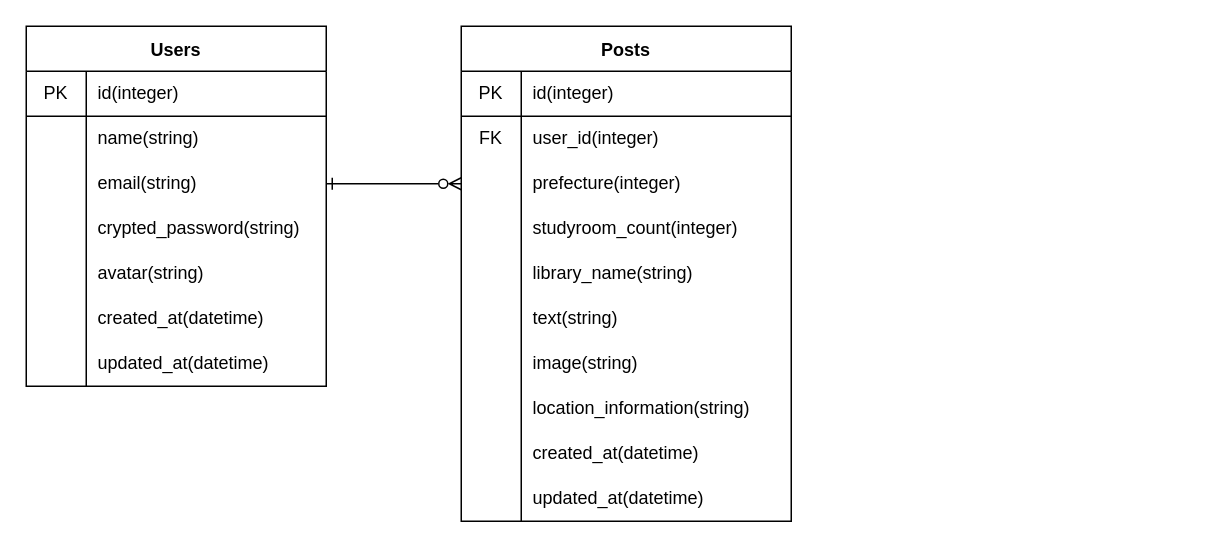
Earlier version of the draw.io diagram ER_diagram.dio (nanako45a/app_development3). Source tidied: cells renumbered, new cells numbered last; positions are measured from the earlier drawing's top-left corner, leaving out a move shared by most shapes. Both pictures are drawn from the tidied source at 150%, with x=0, y=0 at pixel (26, 26).
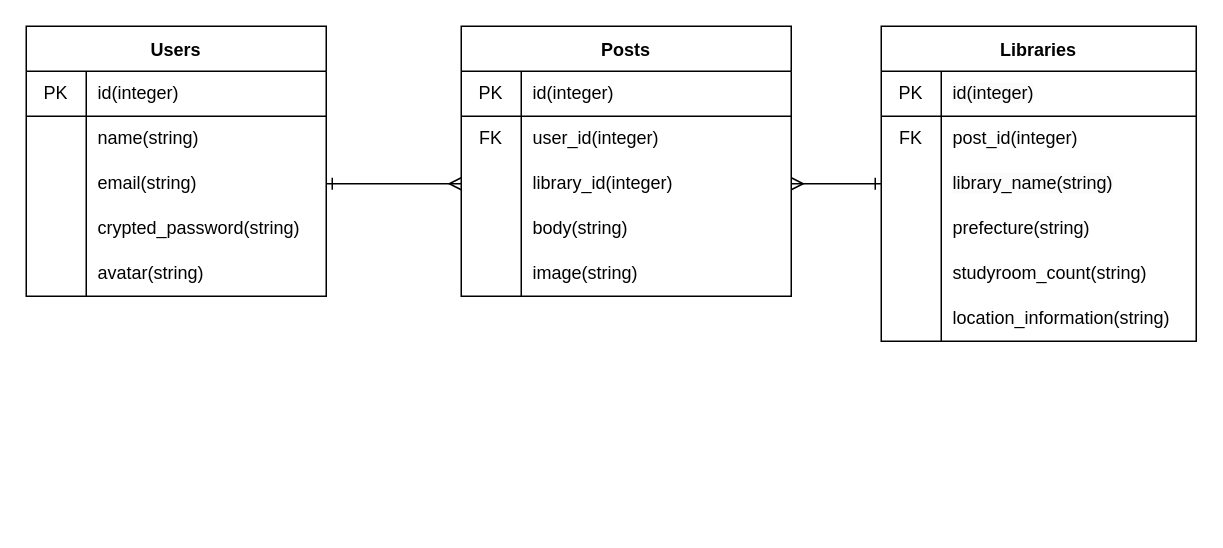
The same page after the edit.

Unchanged cells that the change refers to:
```xml
<mxCell id="9" style="shape=tableRow;horizontal=0;startSize=0;swimlaneHead=0;swimlaneBody=0;top=0;left=0;bottom=0;right=0;fillColor=none;points=[[0,0.5],[1,0.5]];portConstraint=eastwest;" parent="2" vertex="1">
  <mxGeometry y="90" width="200" height="30" as="geometry" />
</mxCell>
<mxCell id="31" style="shape=tableRow;horizontal=0;startSize=0;swimlaneHead=0;swimlaneBody=0;top=0;left=0;bottom=0;right=0;fillColor=none;points=[[0,0.5],[1,0.5]];portConstraint=eastwest;" parent="24" vertex="1">
  <mxGeometry y="90" width="220" height="30" as="geometry" />
</mxCell>
```

Diff of the diagram source:
```diff
@@
     <mxCell id="2" value="Users" style="shape=table;startSize=30;childLayout=tableLayout;rowLines=0;fontStyle=1;" parent="1" vertex="1">
-      <mxGeometry width="200" height="240" as="geometry" />
+      <mxGeometry width="200" height="180" as="geometry" />
     </mxCell>
@@
-    <mxCell id="18" style="shape=tableRow;horizontal=0;startSize=0;swimlaneHead=0;swimlaneBody=0;top=0;left=0;bottom=0;right=0;fillColor=none;" parent="2" vertex="1">
-      <mxGeometry y="180" width="200" height="30" as="geometry" />
-    </mxCell>
-    <mxCell id="19" style="shape=partialRectangle;html=1;whiteSpace=wrap;fillColor=none;top=0;left=0;bottom=0;right=0;overflow=hidden;" parent="18" vertex="1">
-      <mxGeometry width="40" height="30" as="geometry" />
-    </mxCell>
-    <mxCell id="20" value="created_at(datetime)" style="shape=partialRectangle;html=1;whiteSpace=wrap;fillColor=none;top=0;left=0;bottom=0;right=0;align=left;spacingLeft=6;overflow=hidden;" parent="18" vertex="1">
-      <mxGeometry x="40" width="160" height="30" as="geometry" />
-    </mxCell>
-    <mxCell id="21" style="shape=tableRow;horizontal=0;startSize=0;swimlaneHead=0;swimlaneBody=0;top=0;left=0;bottom=0;right=0;fillColor=none;" parent="2" vertex="1">
-      <mxGeometry y="210" width="200" height="30" as="geometry" />
-    </mxCell>
-    <mxCell id="22" style="shape=partialRectangle;html=1;whiteSpace=wrap;fillColor=none;top=0;left=0;bottom=0;right=0;overflow=hidden;" parent="21" vertex="1">
-      <mxGeometry width="40" height="30" as="geometry" />
-    </mxCell>
-    <mxCell id="23" value="updated_at(datetime)" style="shape=partialRectangle;html=1;whiteSpace=wrap;fillColor=none;top=0;left=0;bottom=0;right=0;align=left;spacingLeft=6;overflow=hidden;" parent="21" vertex="1">
-      <mxGeometry x="40" width="160" height="30" as="geometry" />
-    </mxCell>
     <mxCell id="24" value="Posts" style="shape=table;startSize=30;childLayout=tableLayout;rowLines=0;fontStyle=1;" parent="1" vertex="1">
-      <mxGeometry x="290" width="220" height="330" as="geometry" />
+      <mxGeometry x="290" width="220" height="180" as="geometry" />
     </mxCell>
@@
-    <mxCell id="32" style="shape=partialRectangle;html=1;whiteSpace=wrap;fillColor=none;top=0;left=0;bottom=0;right=0;overflow=hidden;" parent="31" vertex="1">
-      <mxGeometry width="40" height="30" as="geometry" />
-    </mxCell>
-    <mxCell id="33" value="prefecture(integer)" style="shape=partialRectangle;html=1;whiteSpace=wrap;fillColor=none;top=0;left=0;bottom=0;right=0;align=left;spacingLeft=6;overflow=hidden;" parent="31" vertex="1">
-      <mxGeometry x="40" width="180" height="30" as="geometry" />
-    </mxCell>
-    <mxCell id="34" style="shape=tableRow;horizontal=0;startSize=0;swimlaneHead=0;swimlaneBody=0;top=0;left=0;bottom=0;right=0;fillColor=none;" parent="24" vertex="1">
-      <mxGeometry y="120" width="220" height="30" as="geometry" />
-    </mxCell>
-    <mxCell id="35" style="shape=partialRectangle;html=1;whiteSpace=wrap;fillColor=none;top=0;left=0;bottom=0;right=0;overflow=hidden;" parent="34" vertex="1">
-      <mxGeometry width="40" height="30" as="geometry" />
-    </mxCell>
-    <mxCell id="36" value="studyroom_count(integer)" style="shape=partialRectangle;html=1;whiteSpace=wrap;fillColor=none;top=0;left=0;bottom=0;right=0;align=left;spacingLeft=6;overflow=hidden;" parent="34" vertex="1">
-      <mxGeometry x="40" width="180" height="30" as="geometry" />
-    </mxCell>
-    <mxCell id="37" style="shape=tableRow;horizontal=0;startSize=0;swimlaneHead=0;swimlaneBody=0;top=0;left=0;bottom=0;right=0;fillColor=none;" parent="24" vertex="1">
-      <mxGeometry y="150" width="220" height="30" as="geometry" />
-    </mxCell>
-    <mxCell id="38" style="shape=partialRectangle;html=1;whiteSpace=wrap;fillColor=none;top=0;left=0;bottom=0;right=0;overflow=hidden;" parent="37" vertex="1">
-      <mxGeometry width="40" height="30" as="geometry" />
-    </mxCell>
-    <mxCell id="39" value="library_name(string)" style="shape=partialRectangle;html=1;whiteSpace=wrap;fillColor=none;top=0;left=0;bottom=0;right=0;align=left;spacingLeft=6;overflow=hidden;" parent="37" vertex="1">
-      <mxGeometry x="40" width="180" height="30" as="geometry" />
-    </mxCell>
+    <mxCell id="58" style="shape=partialRectangle;html=1;whiteSpace=wrap;fillColor=none;top=0;left=0;bottom=0;right=0;overflow=hidden;" parent="31" vertex="1">
+      <mxGeometry width="40" height="30" as="geometry" />
+    </mxCell>
+    <mxCell id="59" value="library_id(integer)" style="shape=partialRectangle;html=1;whiteSpace=wrap;fillColor=none;top=0;left=0;bottom=0;right=0;align=left;spacingLeft=6;overflow=hidden;" parent="31" vertex="1">
+      <mxGeometry x="40" width="180" height="30" as="geometry" />
+    </mxCell>
     <mxCell id="40" style="shape=tableRow;horizontal=0;startSize=0;swimlaneHead=0;swimlaneBody=0;top=0;left=0;bottom=0;right=0;fillColor=none;" parent="24" vertex="1">
-      <mxGeometry y="180" width="220" height="30" as="geometry" />
+      <mxGeometry y="120" width="220" height="30" as="geometry" />
     </mxCell>
@@
-    <mxCell id="42" value="text(string)" style="shape=partialRectangle;html=1;whiteSpace=wrap;fillColor=none;top=0;left=0;bottom=0;right=0;align=left;spacingLeft=6;overflow=hidden;" parent="40" vertex="1">
+    <mxCell id="42" value="body(string)" style="shape=partialRectangle;html=1;whiteSpace=wrap;fillColor=none;top=0;left=0;bottom=0;right=0;align=left;spacingLeft=6;overflow=hidden;" parent="40" vertex="1">
       <mxGeometry x="40" width="180" height="30" as="geometry" />
     </mxCell>
     <mxCell id="43" style="shape=tableRow;horizontal=0;startSize=0;swimlaneHead=0;swimlaneBody=0;top=0;left=0;bottom=0;right=0;fillColor=none;" parent="24" vertex="1">
-      <mxGeometry y="210" width="220" height="30" as="geometry" />
+      <mxGeometry y="150" width="220" height="30" as="geometry" />
     </mxCell>
@@
-    <mxCell id="46" style="shape=tableRow;horizontal=0;startSize=0;swimlaneHead=0;swimlaneBody=0;top=0;left=0;bottom=0;right=0;fillColor=none;" parent="24" vertex="1">
-      <mxGeometry y="240" width="220" height="30" as="geometry" />
-    </mxCell>
-    <mxCell id="47" style="shape=partialRectangle;html=1;whiteSpace=wrap;fillColor=none;top=0;left=0;bottom=0;right=0;overflow=hidden;" parent="46" vertex="1">
-      <mxGeometry width="40" height="30" as="geometry" />
-    </mxCell>
-    <mxCell id="48" value="location_information(string)" style="shape=partialRectangle;html=1;whiteSpace=wrap;fillColor=none;top=0;left=0;bottom=0;right=0;align=left;spacingLeft=6;overflow=hidden;" parent="46" vertex="1">
-      <mxGeometry x="40" width="180" height="30" as="geometry" />
-    </mxCell>
-    <mxCell id="49" style="shape=tableRow;horizontal=0;startSize=0;swimlaneHead=0;swimlaneBody=0;top=0;left=0;bottom=0;right=0;fillColor=none;" parent="24" vertex="1">
-      <mxGeometry y="270" width="220" height="30" as="geometry" />
-    </mxCell>
-    <mxCell id="50" style="shape=partialRectangle;html=1;whiteSpace=wrap;fillColor=none;top=0;left=0;bottom=0;right=0;overflow=hidden;" parent="49" vertex="1">
-      <mxGeometry width="40" height="30" as="geometry" />
-    </mxCell>
-    <mxCell id="51" value="created_at(datetime)" style="shape=partialRectangle;html=1;whiteSpace=wrap;fillColor=none;top=0;left=0;bottom=0;right=0;align=left;spacingLeft=6;overflow=hidden;" parent="49" vertex="1">
-      <mxGeometry x="40" width="180" height="30" as="geometry" />
-    </mxCell>
-    <mxCell id="52" style="shape=tableRow;horizontal=0;startSize=0;swimlaneHead=0;swimlaneBody=0;top=0;left=0;bottom=0;right=0;fillColor=none;" parent="24" vertex="1">
-      <mxGeometry y="300" width="220" height="30" as="geometry" />
-    </mxCell>
-    <mxCell id="53" style="shape=partialRectangle;html=1;whiteSpace=wrap;fillColor=none;top=0;left=0;bottom=0;right=0;overflow=hidden;" parent="52" vertex="1">
-      <mxGeometry width="40" height="30" as="geometry" />
-    </mxCell>
-    <mxCell id="54" value="updated_at(datetime)" style="shape=partialRectangle;html=1;whiteSpace=wrap;fillColor=none;top=0;left=0;bottom=0;right=0;align=left;spacingLeft=6;overflow=hidden;" parent="52" vertex="1">
-      <mxGeometry x="40" width="180" height="30" as="geometry" />
-    </mxCell>
-    <mxCell id="55" style="edgeStyle=none;html=1;exitX=1;exitY=0.5;exitDx=0;exitDy=0;entryX=0;entryY=0.5;entryDx=0;entryDy=0;endArrow=ERzeroToMany;endFill=0;startArrow=ERone;startFill=0;" parent="1" edge="1" source="9" target="31">
+    <mxCell id="55" style="edgeStyle=none;html=1;exitX=1;exitY=0.5;exitDx=0;exitDy=0;entryX=0;entryY=0.5;entryDx=0;entryDy=0;endArrow=ERzeroToMany;endFill=0;startArrow=ERone;startFill=0;" parent="1" edge="1" source="9">
       <mxGeometry relative="1" as="geometry" />
     </mxCell>
@@
+    <mxCell id="60" value="Libraries" style="shape=table;startSize=30;childLayout=tableLayout;rowLines=0;fontStyle=1;" parent="1" vertex="1">
+      <mxGeometry x="570" width="210" height="210" as="geometry" />
+    </mxCell>
+    <mxCell id="61" style="shape=tableRow;horizontal=0;startSize=0;swimlaneHead=0;swimlaneBody=0;top=0;left=0;bottom=0;right=0;fillColor=none;" parent="60" vertex="1">
+      <mxGeometry y="30" width="210" height="30" as="geometry" />
+    </mxCell>
+    <mxCell id="62" value="PK" style="shape=partialRectangle;html=1;whiteSpace=wrap;fillColor=none;top=0;left=0;bottom=0;right=0;overflow=hidden;" parent="61" vertex="1">
+      <mxGeometry width="40" height="30" as="geometry" />
+    </mxCell>
+    <mxCell id="63" value="&lt;span style=&quot;color: rgb(0, 0, 0); font-family: Helvetica; font-size: 12px; font-style: normal; font-variant-ligatures: normal; font-variant-caps: normal; font-weight: 400; letter-spacing: normal; orphans: 2; text-align: left; text-indent: 0px; text-transform: none; widows: 2; word-spacing: 0px; -webkit-text-stroke-width: 0px; background-color: rgb(251, 251, 251); text-decoration-thickness: initial; text-decoration-style: initial; text-decoration-color: initial; float: none; display: inline !important;&quot;&gt;id(integer)&lt;/span&gt;" style="shape=partialRectangle;html=1;whiteSpace=wrap;fillColor=none;top=0;left=0;bottom=0;right=0;align=left;spacingLeft=6;overflow=hidden;" parent="61" vertex="1">
+      <mxGeometry x="40" width="170" height="30" as="geometry" />
+    </mxCell>
+    <mxCell id="64" style="shape=tableRow;horizontal=0;startSize=0;swimlaneHead=0;swimlaneBody=0;top=0;left=0;bottom=0;right=0;fillColor=none;" parent="60" vertex="1">
+      <mxGeometry y="60" width="210" height="30" as="geometry" />
+    </mxCell>
+    <mxCell id="65" value="FK" style="shape=partialRectangle;html=1;whiteSpace=wrap;fillColor=none;top=0;left=0;bottom=0;right=0;overflow=hidden;" parent="64" vertex="1">
+      <mxGeometry width="40" height="30" as="geometry" />
+    </mxCell>
+    <mxCell id="66" value="post_id(integer)" style="shape=partialRectangle;html=1;whiteSpace=wrap;fillColor=none;top=0;left=0;bottom=0;right=0;align=left;spacingLeft=6;overflow=hidden;" parent="64" vertex="1">
+      <mxGeometry x="40" width="170" height="30" as="geometry" />
+    </mxCell>
+    <mxCell id="67" style="shape=tableRow;horizontal=0;startSize=0;swimlaneHead=0;swimlaneBody=0;top=0;left=0;bottom=0;right=0;fillColor=none;points=[[0,0.5],[1,0.5]];portConstraint=eastwest;" parent="60" vertex="1">
+      <mxGeometry y="90" width="210" height="30" as="geometry" />
+    </mxCell>
+    <mxCell id="68" style="shape=partialRectangle;html=1;whiteSpace=wrap;fillColor=none;top=0;left=0;bottom=0;right=0;overflow=hidden;" parent="67" vertex="1">
+      <mxGeometry width="40" height="30" as="geometry" />
+    </mxCell>
+    <mxCell id="39" value="&lt;span style=&quot;color: rgb(0, 0, 0); font-family: Helvetica; font-size: 12px; font-style: normal; font-variant-ligatures: normal; font-variant-caps: normal; font-weight: 400; letter-spacing: normal; orphans: 2; text-align: left; text-indent: 0px; text-transform: none; widows: 2; word-spacing: 0px; -webkit-text-stroke-width: 0px; background-color: rgb(251, 251, 251); text-decoration-thickness: initial; text-decoration-style: initial; text-decoration-color: initial; float: none; display: inline !important;&quot;&gt;library_name(string)&lt;/span&gt;" style="shape=partialRectangle;html=1;whiteSpace=wrap;fillColor=none;top=0;left=0;bottom=0;right=0;align=left;spacingLeft=6;overflow=hidden;" parent="67" vertex="1">
+      <mxGeometry x="40" width="170" height="30" as="geometry" />
+    </mxCell>
+    <mxCell id="69" style="shape=tableRow;horizontal=0;startSize=0;swimlaneHead=0;swimlaneBody=0;top=0;left=0;bottom=0;right=0;fillColor=none;" parent="60" vertex="1">
+      <mxGeometry y="120" width="210" height="30" as="geometry" />
+    </mxCell>
+    <mxCell id="70" style="shape=partialRectangle;html=1;whiteSpace=wrap;fillColor=none;top=0;left=0;bottom=0;right=0;overflow=hidden;" parent="69" vertex="1">
+      <mxGeometry width="40" height="30" as="geometry" />
+    </mxCell>
+    <mxCell id="71" value="prefecture(string)" style="shape=partialRectangle;html=1;whiteSpace=wrap;fillColor=none;top=0;left=0;bottom=0;right=0;align=left;spacingLeft=6;overflow=hidden;" parent="69" vertex="1">
+      <mxGeometry x="40" width="170" height="30" as="geometry" />
+    </mxCell>
+    <mxCell id="72" style="shape=tableRow;horizontal=0;startSize=0;swimlaneHead=0;swimlaneBody=0;top=0;left=0;bottom=0;right=0;fillColor=none;" parent="60" vertex="1">
+      <mxGeometry y="150" width="210" height="30" as="geometry" />
+    </mxCell>
+    <mxCell id="73" style="shape=partialRectangle;html=1;whiteSpace=wrap;fillColor=none;top=0;left=0;bottom=0;right=0;overflow=hidden;" parent="72" vertex="1">
+      <mxGeometry width="40" height="30" as="geometry" />
+    </mxCell>
+    <mxCell id="74" value="studyroom_count(string)" style="shape=partialRectangle;html=1;whiteSpace=wrap;fillColor=none;top=0;left=0;bottom=0;right=0;align=left;spacingLeft=6;overflow=hidden;" parent="72" vertex="1">
+      <mxGeometry x="40" width="170" height="30" as="geometry" />
+    </mxCell>
+    <mxCell id="75" style="shape=tableRow;horizontal=0;startSize=0;swimlaneHead=0;swimlaneBody=0;top=0;left=0;bottom=0;right=0;fillColor=none;" parent="60" vertex="1">
+      <mxGeometry y="180" width="210" height="30" as="geometry" />
+    </mxCell>
+    <mxCell id="76" style="shape=partialRectangle;html=1;whiteSpace=wrap;fillColor=none;top=0;left=0;bottom=0;right=0;overflow=hidden;" parent="75" vertex="1">
+      <mxGeometry width="40" height="30" as="geometry" />
+    </mxCell>
+    <mxCell id="48" value="location_information(string)" style="shape=partialRectangle;html=1;whiteSpace=wrap;fillColor=none;top=0;left=0;bottom=0;right=0;align=left;spacingLeft=6;overflow=hidden;" parent="75" vertex="1">
+      <mxGeometry x="40" width="170" height="30" as="geometry" />
+    </mxCell>
+    <mxCell id="77" style="line;strokeWidth=1;html=1;" parent="1" vertex="1">
+      <mxGeometry x="570" y="55" width="210" height="10" as="geometry" />
+    </mxCell>
+    <mxCell id="78" style="edgeStyle=none;html=1;exitX=1;exitY=0.5;exitDx=0;exitDy=0;entryX=0;entryY=0.5;entryDx=0;entryDy=0;startArrow=ERone;startFill=0;endArrow=ERmany;endFill=0;" parent="1" edge="1" source="9" target="31">
+      <mxGeometry relative="1" as="geometry" />
+    </mxCell>
+    <mxCell id="79" style="edgeStyle=none;html=1;exitX=1;exitY=0.5;exitDx=0;exitDy=0;entryX=0;entryY=0.5;entryDx=0;entryDy=0;startArrow=ERmany;startFill=0;endArrow=ERone;endFill=0;" parent="1" edge="1" source="31" target="67">
+      <mxGeometry relative="1" as="geometry" />
+    </mxCell>
```
